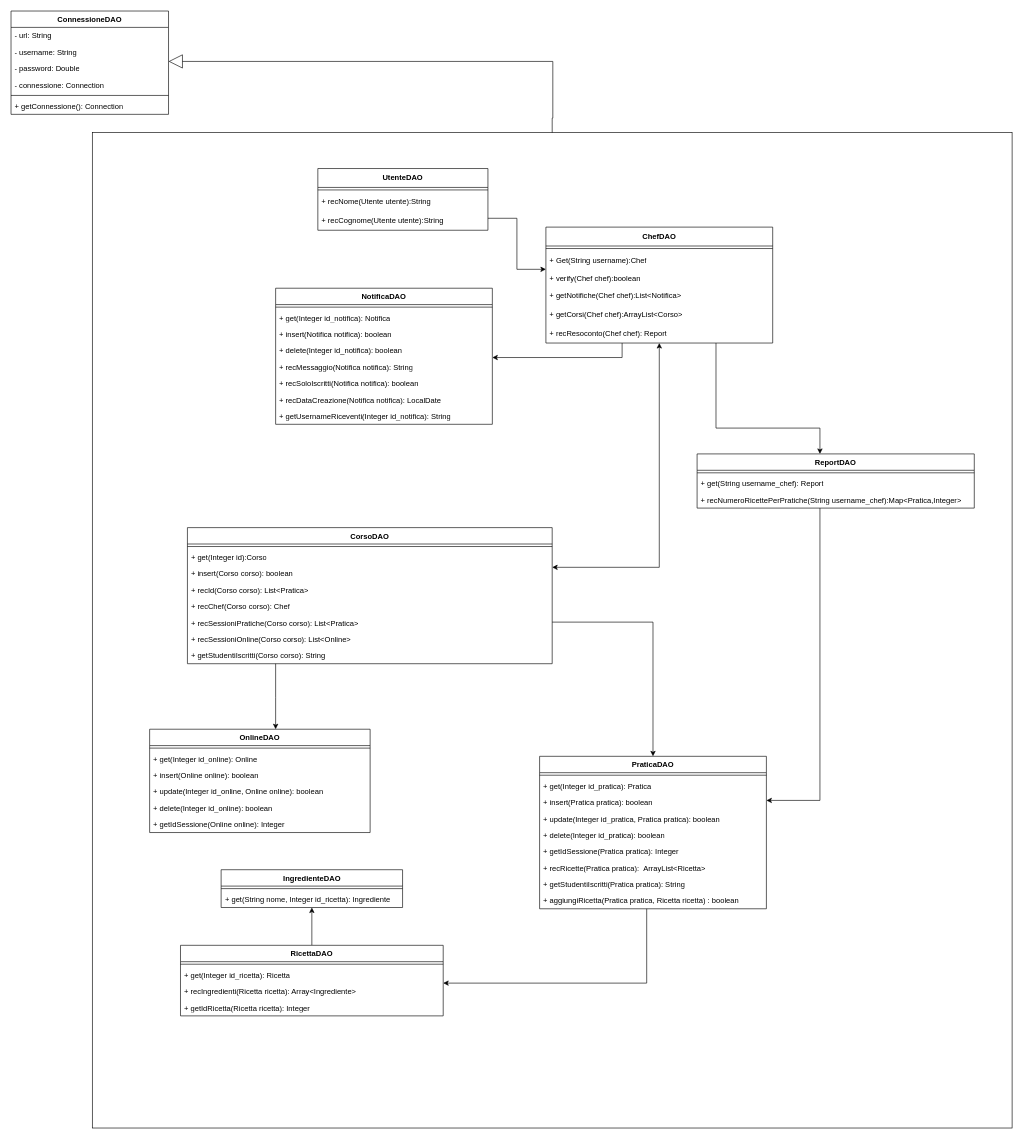
Above: page "dao" (2 of 3) of obj/uml/UML1.drawio in MetisWastaken/UninaFoodLab (draw.io), before the change. Source tidied: cells renumbered, new cells numbered last; positions are measured from the earlier drawing's top-left corner, leaving out a move shared by most shapes. Both pictures are drawn from the tidied source at 63%, with x=0, y=0 at pixel (11, 11).
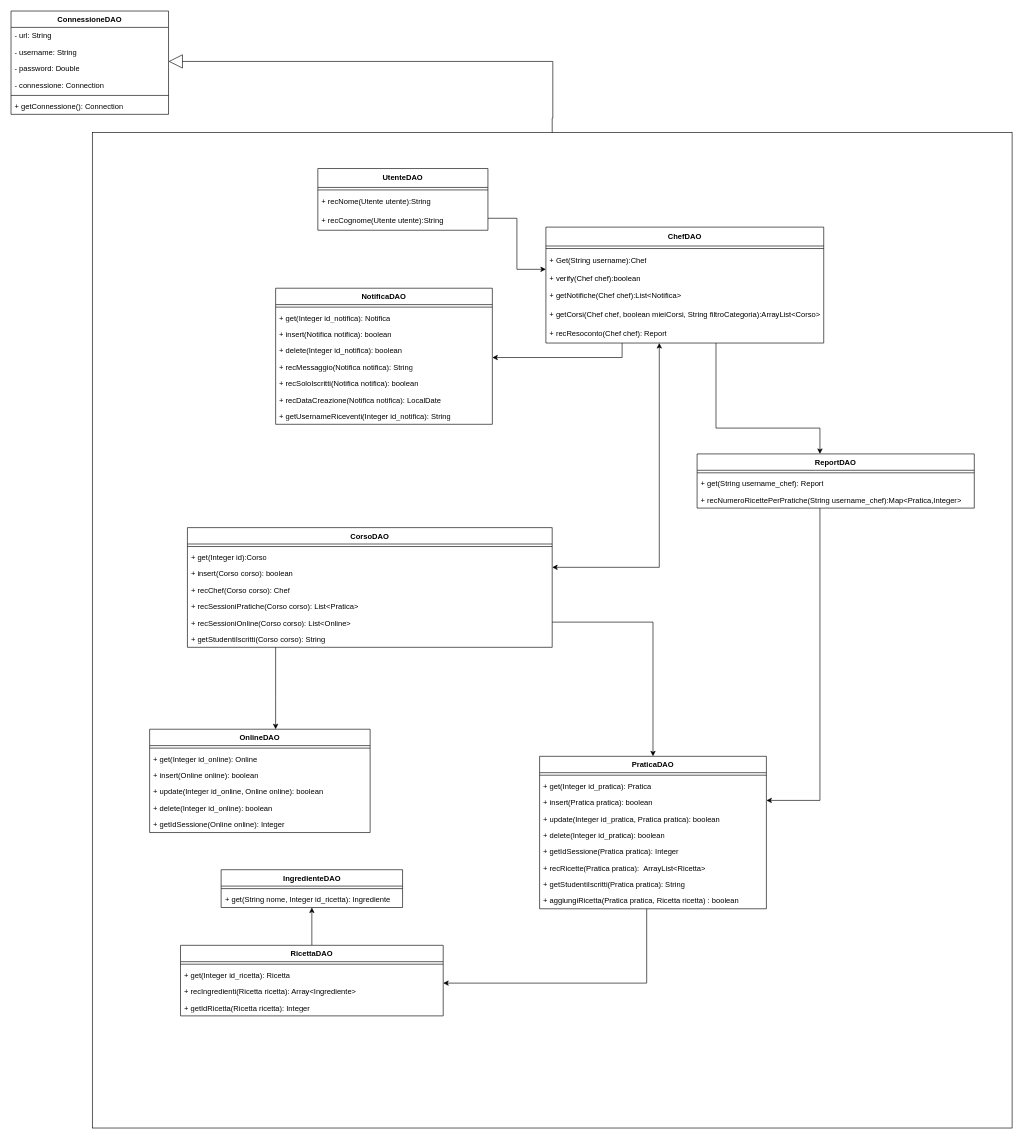
The same diagram, later.

Change to the diagram source:
```diff
@@
     <mxCell id="41" value="CorsoDAO" style="swimlane;align=center;verticalAlign=top;horizontal=1;startSize=26;whiteSpace=wrap;html=1;" parent="1" vertex="1">
-      <mxGeometry x="280" y="820" width="579" height="216" as="geometry" />
+      <mxGeometry x="280" y="820" width="579" height="190" as="geometry" />
     </mxCell>
@@
-    <mxCell id="45" value="+ recId(Corso corso): List&amp;lt;Pratica&amp;gt;" style="text;strokeColor=none;fillColor=none;align=left;verticalAlign=top;spacingLeft=4;spacingRight=4;overflow=hidden;whiteSpace=wrap;html=1;" parent="41" vertex="1">
-      <mxGeometry y="86" width="579" height="26" as="geometry" />
-    </mxCell>
     <mxCell id="46" value="+ recChef(Corso corso): Chef" style="text;strokeColor=none;fillColor=none;align=left;verticalAlign=top;spacingLeft=4;spacingRight=4;overflow=hidden;whiteSpace=wrap;html=1;" parent="41" vertex="1">
-      <mxGeometry y="112" width="579" height="26" as="geometry" />
+      <mxGeometry y="86" width="579" height="26" as="geometry" />
     </mxCell>
     <mxCell id="47" value="+ recSessioniPratiche(Corso corso): List&amp;lt;Pratica&amp;gt;" style="text;strokeColor=none;fillColor=none;align=left;verticalAlign=top;spacingLeft=4;spacingRight=4;overflow=hidden;whiteSpace=wrap;html=1;" parent="41" vertex="1">
-      <mxGeometry y="138" width="579" height="26" as="geometry" />
+      <mxGeometry y="112" width="579" height="26" as="geometry" />
     </mxCell>
     <mxCell id="48" value="+ recSessioniOnline(Corso corso): List&amp;lt;Online&amp;gt;" style="text;strokeColor=none;fillColor=none;align=left;verticalAlign=top;spacingLeft=4;spacingRight=4;overflow=hidden;whiteSpace=wrap;html=1;" parent="41" vertex="1">
-      <mxGeometry y="164" width="579" height="26" as="geometry" />
+      <mxGeometry y="138" width="579" height="26" as="geometry" />
     </mxCell>
     <mxCell id="49" value="+ getStudentiIscritti(Corso corso): String" style="text;strokeColor=none;fillColor=none;align=left;verticalAlign=top;spacingLeft=4;spacingRight=4;overflow=hidden;whiteSpace=wrap;html=1;" parent="41" vertex="1">
-      <mxGeometry y="190" width="579" height="26" as="geometry" />
+      <mxGeometry y="164" width="579" height="26" as="geometry" />
     </mxCell>
@@
     <mxCell id="71" value="&lt;b&gt;ChefDAO&lt;/b&gt;" style="swimlane;fontStyle=0;horizontal=1;startSize=30;whiteSpace=wrap;html=1;" parent="1" vertex="1">
-      <mxGeometry x="849" y="343" width="360" height="184" as="geometry" />
+      <mxGeometry x="849" y="343" width="441" height="184" as="geometry" />
     </mxCell>
     <mxCell id="72" style="line;strokeWidth=1;fillColor=none;align=left;verticalAlign=middle;spacingTop=-1;spacingLeft=3;spacingRight=3;labelPosition=right;strokeColor=inherit;" parent="71" vertex="1">
-      <mxGeometry y="30" width="360" height="8" as="geometry" />
+      <mxGeometry y="30" width="441" height="8" as="geometry" />
     </mxCell>
     <mxCell id="73" value="+ Get(String username):Chef" style="text;strokeColor=none;fillColor=none;align=left;verticalAlign=middle;spacingLeft=4;spacingRight=4;overflow=hidden;whiteSpace=wrap;html=1;" parent="71" vertex="1">
-      <mxGeometry y="38" width="360" height="30" as="geometry" />
+      <mxGeometry y="38" width="441" height="30" as="geometry" />
     </mxCell>
     <mxCell id="74" value="+ verify(Chef chef):boolean" style="text;strokeColor=none;fillColor=none;align=left;verticalAlign=top;spacingLeft=4;spacingRight=4;overflow=hidden;whiteSpace=wrap;html=1;" parent="71" vertex="1">
-      <mxGeometry y="68" width="360" height="26" as="geometry" />
+      <mxGeometry y="68" width="441" height="26" as="geometry" />
     </mxCell>
     <mxCell id="75" value="+ getNotifiche(Chef chef):List&amp;lt;Notifica&amp;gt;" style="text;strokeColor=none;fillColor=none;align=left;verticalAlign=middle;spacingLeft=4;spacingRight=4;overflow=hidden;whiteSpace=wrap;html=1;" parent="71" vertex="1">
-      <mxGeometry y="94" width="360" height="30" as="geometry" />
+      <mxGeometry y="94" width="441" height="30" as="geometry" />
     </mxCell>
-    <mxCell id="76" value="+ getCorsi(Chef chef):ArrayList&amp;lt;Corso&amp;gt;" style="text;strokeColor=none;fillColor=none;align=left;verticalAlign=middle;spacingLeft=4;spacingRight=4;overflow=hidden;whiteSpace=wrap;html=1;" parent="71" vertex="1">
-      <mxGeometry y="124" width="360" height="30" as="geometry" />
+    <mxCell id="76" value="+ getCorsi(Chef chef, boolean mieiCorsi, String filtroCategoria):ArrayList&amp;lt;Corso&amp;gt;" style="text;strokeColor=none;fillColor=none;align=left;verticalAlign=middle;spacingLeft=4;spacingRight=4;overflow=hidden;whiteSpace=wrap;html=1;" parent="71" vertex="1">
+      <mxGeometry y="124" width="441" height="30" as="geometry" />
     </mxCell>
     <mxCell id="77" value="+ recResoconto(Chef chef): Report" style="text;strokeColor=none;fillColor=none;align=left;verticalAlign=middle;spacingLeft=4;spacingRight=4;overflow=hidden;whiteSpace=wrap;html=1;" parent="71" vertex="1">
-      <mxGeometry y="154" width="360" height="30" as="geometry" />
+      <mxGeometry y="154" width="441" height="30" as="geometry" />
     </mxCell>
```
